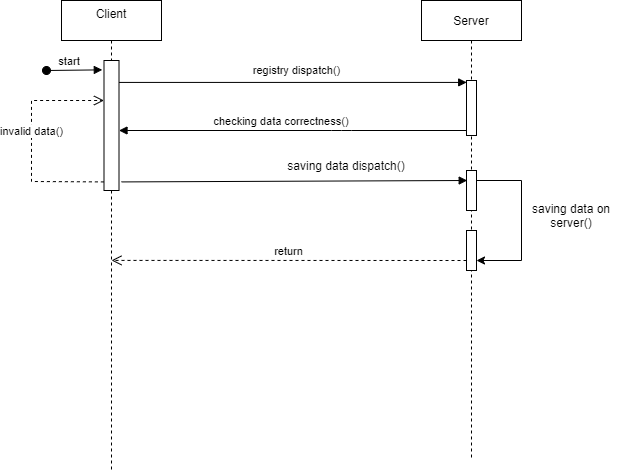
This is SequenceDiagram.png from Feyarch/TeleMessage, a draw.io export, as it was before one commit. Source tidied: cells renumbered, new cells last; positions are measured from the earlier drawing's top-left corner, leaving out a move shared by most shapes.
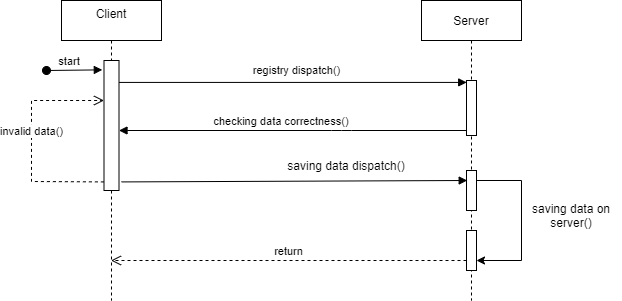
Later version of the same file.

Change to the diagram source:
```diff
@@ -8,7 +8,7 @@
       </mxGeometry>
     </mxCell>
     <mxCell id="3" value="Client&#10;" style="shape=umlLifeline;perimeter=lifelinePerimeter;rounded=0;shadow=0;strokeWidth=1;" parent="1" vertex="1">
-      <mxGeometry x="30" width="100" height="470" as="geometry" />
+      <mxGeometry x="30" width="100" height="300" as="geometry" />
     </mxCell>
     <mxCell id="4" value="start" style="verticalAlign=bottom;startArrow=oval;endArrow=block;startSize=8;shadow=0;strokeWidth=1;entryX=-0.113;entryY=0.072;entryDx=0;entryDy=0;entryPerimeter=0;" parent="3" edge="1" target="5">
       <mxGeometry x="-0.17" relative="1" as="geometry">
@@ -27,7 +27,7 @@
       </mxGeometry>
     </mxCell>
     <mxCell id="7" value="Server" style="shape=umlLifeline;perimeter=lifelinePerimeter;rounded=0;shadow=0;strokeWidth=1;" parent="1" vertex="1">
-      <mxGeometry x="390" width="100" height="460" as="geometry" />
+      <mxGeometry x="390" width="100" height="300" as="geometry" />
     </mxCell>
     <mxCell id="8" style="points=[];perimeter=orthogonalPerimeter;rounded=0;shadow=0;strokeWidth=1;" parent="7" vertex="1">
       <mxGeometry x="45" y="80" width="10" height="55" as="geometry" />
@@ -64,7 +64,7 @@
     <mxCell id="15" value="saving data on server()" style="text;html=1;strokeColor=none;fillColor=none;align=center;verticalAlign=middle;whiteSpace=wrap;rounded=0;" parent="1" vertex="1">
       <mxGeometry x="490" y="200" width="100" height="30" as="geometry" />
     </mxCell>
-    <mxCell id="16" value="return" style="html=1;verticalAlign=bottom;endArrow=open;dashed=1;endSize=8;rounded=0;exitX=0;exitY=0.75;exitDx=0;exitDy=0;entryX=0.5;entryY=0.553;entryDx=0;entryDy=0;entryPerimeter=0;" parent="1" edge="1" source="10" target="3">
+    <mxCell id="16" value="return" style="html=1;verticalAlign=bottom;endArrow=open;dashed=1;endSize=8;rounded=0;exitX=0;exitY=0.75;exitDx=0;exitDy=0;" parent="1" edge="1" source="10" target="3">
       <mxGeometry relative="1" as="geometry" />
     </mxCell>
   </root>
```
